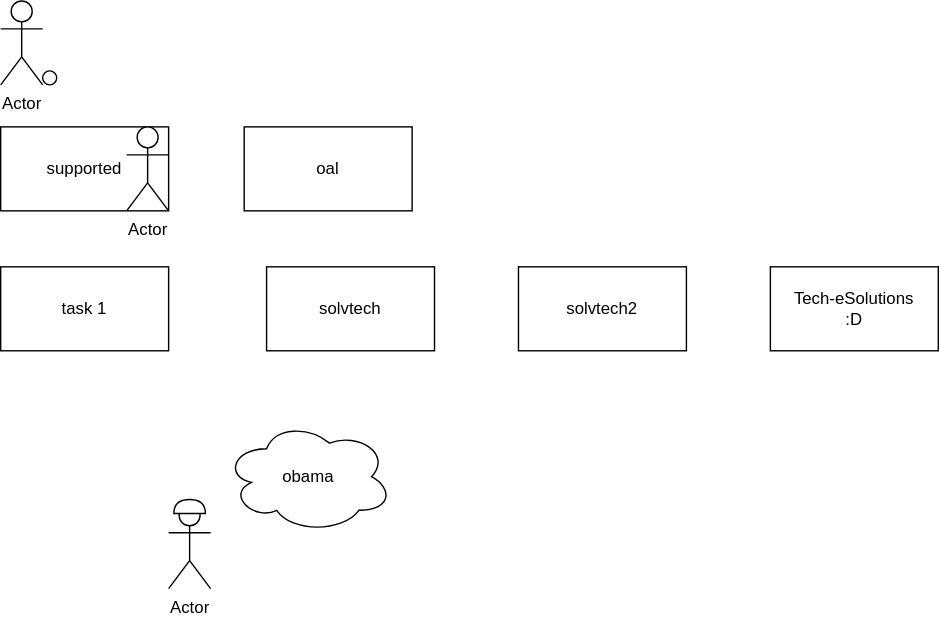
Before: systems_analysis/eva2/crear-env-vars-gitbash-windows.drawio.svg, a diagram exported from draw.io (cdvelop/aiep). Source tidied: cells renumbered, new cells last; positions are measured from the earlier drawing's top-left corner, leaving out a move shared by most shapes.
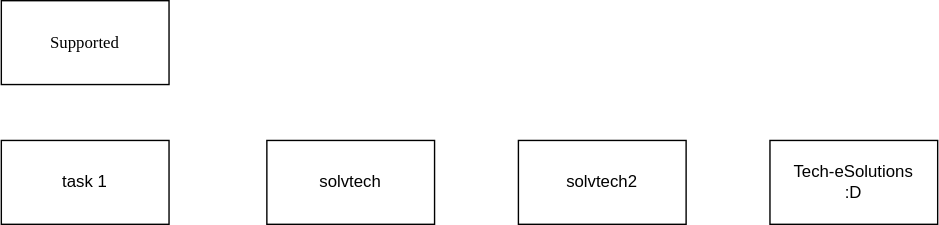
Later version of the same file.

What changed in the source:
```diff
@@ -14,29 +14,8 @@
     <mxCell id="5" value="&lt;div&gt;Tech-eSolutions&lt;/div&gt;&lt;div&gt;:D&lt;/div&gt;" style="rounded=0;whiteSpace=wrap;html=1;" parent="1" vertex="1">
       <mxGeometry x="550" y="190" width="120" height="60" as="geometry" />
     </mxCell>
-    <mxCell id="6" value="Actor" style="shape=umlActor;verticalLabelPosition=bottom;verticalAlign=top;html=1;" parent="1" vertex="1">
-      <mxGeometry x="120" y="360" width="30" height="60" as="geometry" />
-    </mxCell>
-    <mxCell id="7" value="supported" style="rounded=0;whiteSpace=wrap;html=1;" parent="1" vertex="1">
+    <mxCell id="7" value="&lt;font face=&quot;Garamond&quot;&gt;Supported&lt;/font&gt;" style="rounded=0;whiteSpace=wrap;html=1;" parent="1" vertex="1">
       <mxGeometry y="90" width="120" height="60" as="geometry" />
     </mxCell>
-    <mxCell id="8" value="oal" style="rounded=0;whiteSpace=wrap;html=1;" parent="1" vertex="1">
-      <mxGeometry x="174" y="90" width="120" height="60" as="geometry" />
-    </mxCell>
-    <mxCell id="9" style="shape=or;whiteSpace=wrap;html=1;rotation=-90;" parent="1" vertex="1">
-      <mxGeometry x="130" y="350" width="10" height="22.5" as="geometry" />
-    </mxCell>
-    <mxCell id="10" value="Actor" style="shape=umlActor;verticalLabelPosition=bottom;verticalAlign=top;html=1;" parent="1" vertex="1">
-      <mxGeometry x="90" y="90" width="30" height="60" as="geometry" />
-    </mxCell>
-    <mxCell id="11" value="Actor" style="shape=umlActor;verticalLabelPosition=bottom;verticalAlign=top;html=1;" parent="1" vertex="1">
-      <mxGeometry width="30" height="60" as="geometry" />
-    </mxCell>
-    <mxCell id="12" style="ellipse;whiteSpace=wrap;html=1;" parent="1" vertex="1">
-      <mxGeometry x="30" y="50" width="10" height="10" as="geometry" />
-    </mxCell>
-    <mxCell id="13" value="&lt;div&gt;obama&lt;/div&gt;" style="ellipse;shape=cloud;whiteSpace=wrap;html=1;" parent="1" vertex="1">
-      <mxGeometry x="160" y="300" width="120" height="80" as="geometry" />
-    </mxCell>
   </root>
 </mxGraphModel>
```
